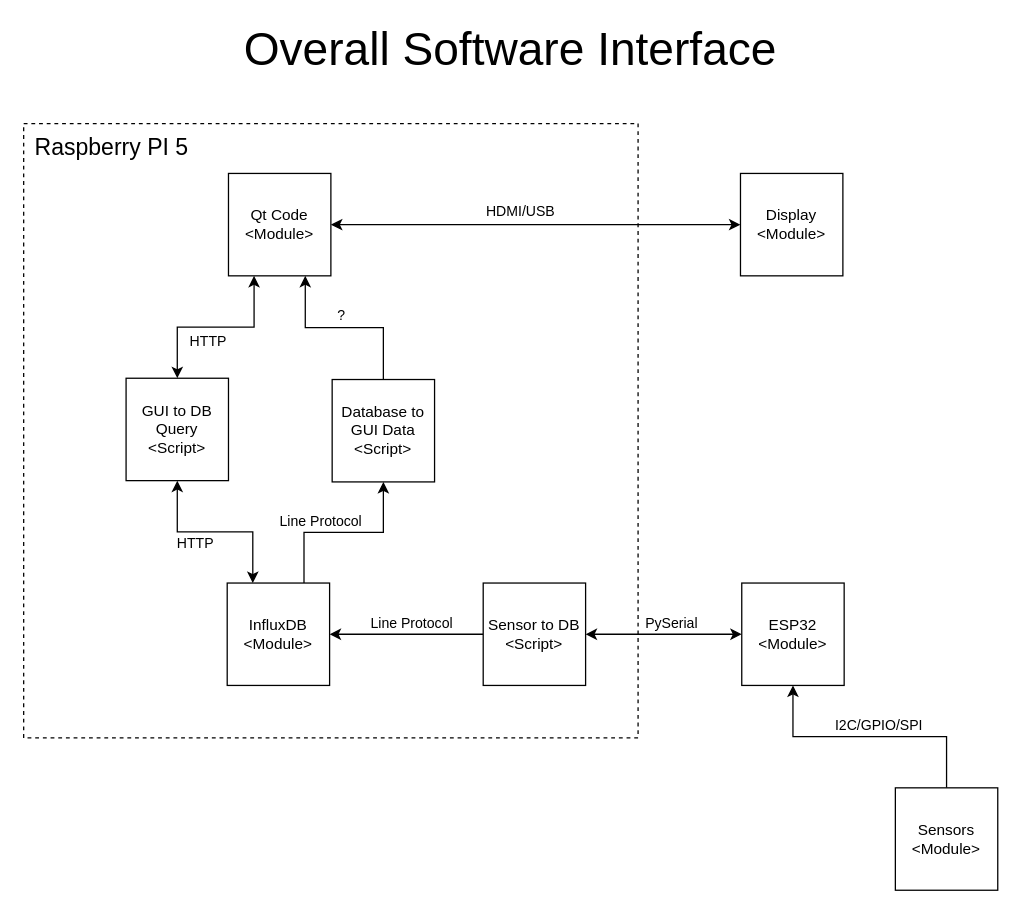
The draw.io diagram diagrams/Overall_Software_Interface.drawio in martintara/kaffeknekt, before the edit. Source tidied: cells renumbered, new cells numbered last; positions are measured from the earlier drawing's top-left corner, leaving out a move shared by most shapes. Both pictures are drawn from the tidied source at 128%, with x=0, y=0 at pixel (22, 29).
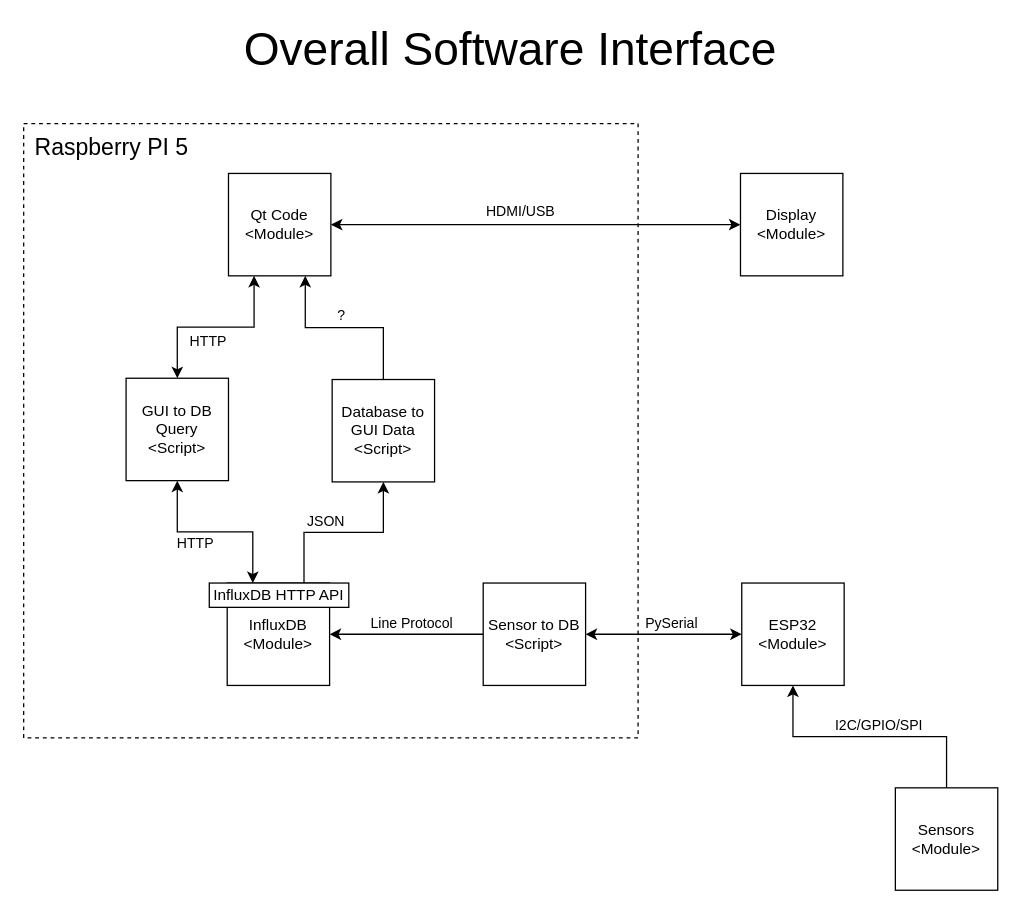
After the change.

Unchanged cells that the change refers to:
```xml
<mxCell id="4" style="edgeStyle=orthogonalEdgeStyle;rounded=0;jettySize=auto;html=1;exitX=0.75;exitY=0;exitDx=0;exitDy=0;entryX=0.5;entryY=1;entryDx=0;entryDy=0;" parent="1" edge="1" source="6" target="25">
  <mxGeometry relative="1" as="geometry" />
</mxCell>
```

Change to the diagram source:
```diff
@@
-    <mxCell id="5" value="Line Protocol" style="edgeLabel;html=1;align=center;verticalAlign=middle;" parent="4" vertex="1">
+    <mxCell id="5" value="JSON" style="edgeLabel;html=1;align=center;verticalAlign=middle;" parent="4" vertex="1">
       <mxGeometry x="-0.18" y="1" relative="1" as="geometry">
-        <mxPoint x="-6" y="-8" as="offset" />
+        <mxPoint x="-2" y="-8" as="offset" />
       </mxGeometry>
     </mxCell>
@@
+    <mxCell id="29" value="InfluxDB HTTP API" style="rounded=0;whiteSpace=wrap;html=1;" parent="1" vertex="1">
+      <mxGeometry x="146" y="432" width="109" height="19" as="geometry" />
+    </mxCell>
```
